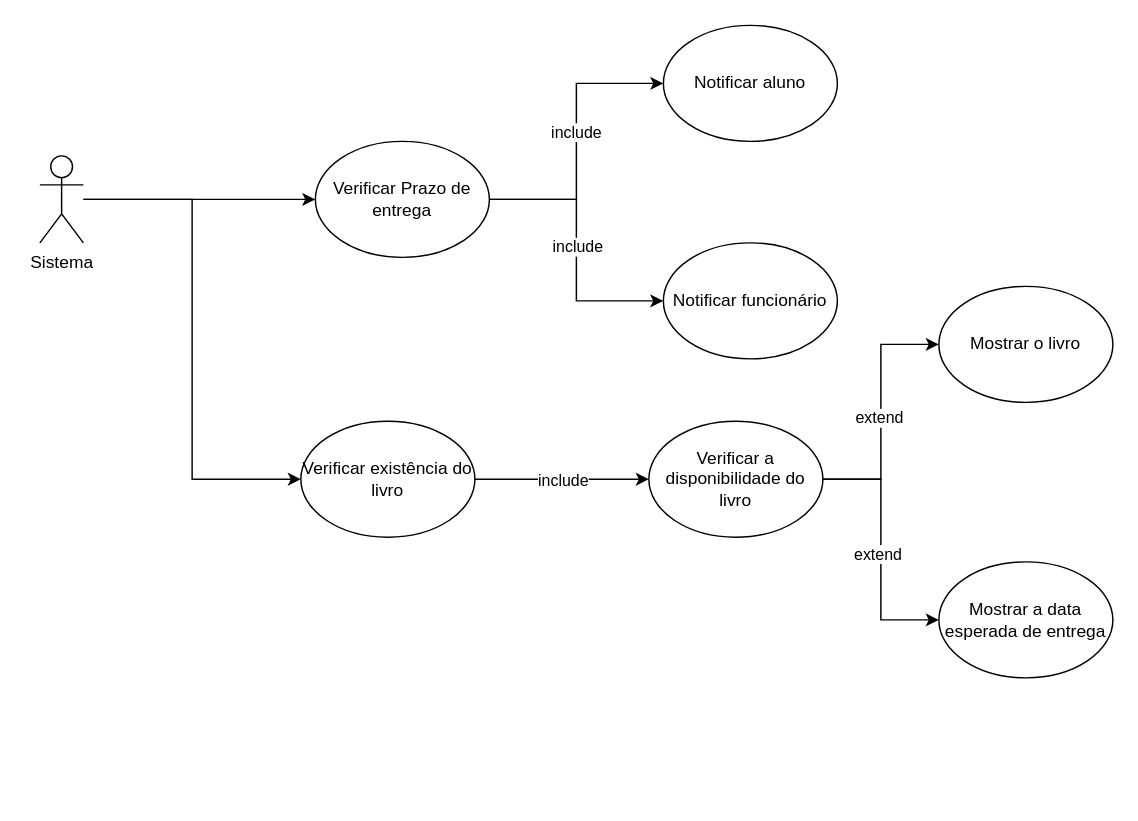
Above: OOP - Exercício 1 - Biblioteca.drawio in danielarraiol02/tpsi-oop-2065422-25 (draw.io), before the change. Source tidied: cells renumbered, new cells numbered last; positions are measured from the earlier drawing's top-left corner, leaving out a move shared by most shapes. Both pictures are drawn from the tidied source at 145%, with x=0, y=0 at pixel (39, 25).
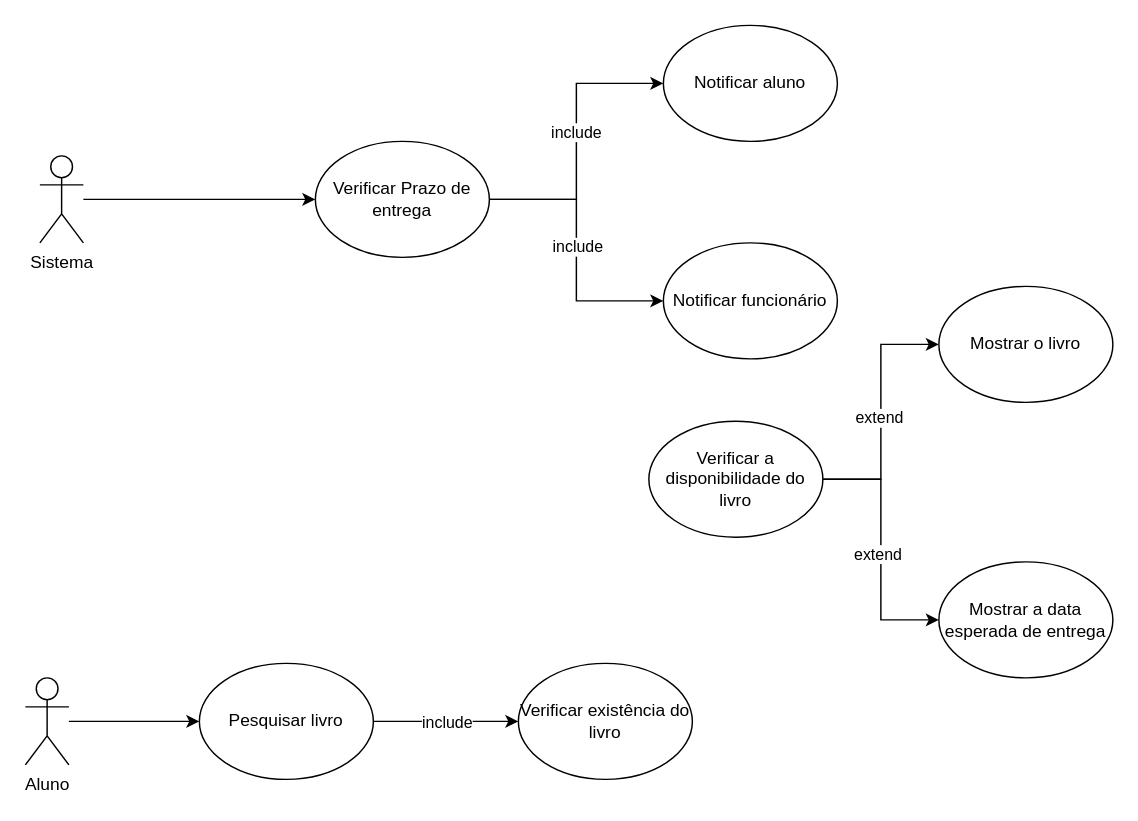
The same diagram, later.

Unchanged cells that the change refers to:
```xml
<mxCell id="9" value="Sistema" style="shape=umlActor;verticalLabelPosition=bottom;verticalAlign=top;html=1;" parent="1" vertex="1">
  <mxGeometry y="90" width="30" height="60" as="geometry" />
</mxCell>
<mxCell id="19" value="Verificar a disponibilidade do livro" style="ellipse;whiteSpace=wrap;html=1;" parent="1" vertex="1">
  <mxGeometry x="420" y="273" width="120" height="80" as="geometry" />
</mxCell>
```

Diff of the diagram source:
```diff
@@
-    <mxCell id="8" style="edgeStyle=orthogonalEdgeStyle;rounded=0;jettySize=auto;html=1;entryX=0;entryY=0.5;entryDx=0;entryDy=0;" parent="1" edge="1" source="9" target="14">
-      <mxGeometry relative="1" as="geometry" />
-    </mxCell>
@@
-    <mxCell id="12" style="edgeStyle=orthogonalEdgeStyle;rounded=0;jettySize=auto;html=1;entryX=0;entryY=0.5;entryDx=0;entryDy=0;" parent="1" edge="1" source="14" target="19">
-      <mxGeometry relative="1" as="geometry" />
-    </mxCell>
-    <mxCell id="13" value="include" style="edgeLabel;html=1;align=center;verticalAlign=middle;" parent="12" vertex="1">
-      <mxGeometry x="-0.18" y="-1" relative="1" as="geometry">
-        <mxPoint x="11" y="-1" as="offset" />
-      </mxGeometry>
-    </mxCell>
-    <mxCell id="14" value="Verificar existência do livro" style="ellipse;whiteSpace=wrap;html=1;" parent="1" vertex="1">
-      <mxGeometry x="180" y="273" width="120" height="80" as="geometry" />
-    </mxCell>
@@
+    <mxCell id="22" style="edgeStyle=orthogonalEdgeStyle;rounded=0;jettySize=auto;html=1;entryX=0;entryY=0.5;entryDx=0;entryDy=0;" parent="1" edge="1" source="23" target="25">
+      <mxGeometry relative="1" as="geometry" />
+    </mxCell>
+    <mxCell id="23" value="Aluno" style="shape=umlActor;verticalLabelPosition=bottom;verticalAlign=top;html=1;" parent="1" vertex="1">
+      <mxGeometry x="-10" y="450" width="30" height="60" as="geometry" />
+    </mxCell>
+    <mxCell id="24" style="edgeStyle=orthogonalEdgeStyle;rounded=0;jettySize=auto;html=1;entryX=0;entryY=0.5;entryDx=0;entryDy=0;" parent="1" edge="1" source="25" target="14">
+      <mxGeometry relative="1" as="geometry" />
+    </mxCell>
+    <mxCell id="25" value="Pesquisar livro" style="ellipse;whiteSpace=wrap;html=1;" parent="1" vertex="1">
+      <mxGeometry x="110" y="440" width="120" height="80" as="geometry" />
+    </mxCell>
+    <mxCell id="13" value="include" style="edgeLabel;html=1;align=center;verticalAlign=middle;" parent="1" vertex="1">
+      <mxGeometry x="280" y="480" as="geometry" />
+    </mxCell>
+    <mxCell id="14" value="Verificar existência do livro" style="ellipse;whiteSpace=wrap;html=1;" parent="1" vertex="1">
+      <mxGeometry x="330" y="440" width="120" height="80" as="geometry" />
+    </mxCell>
```
